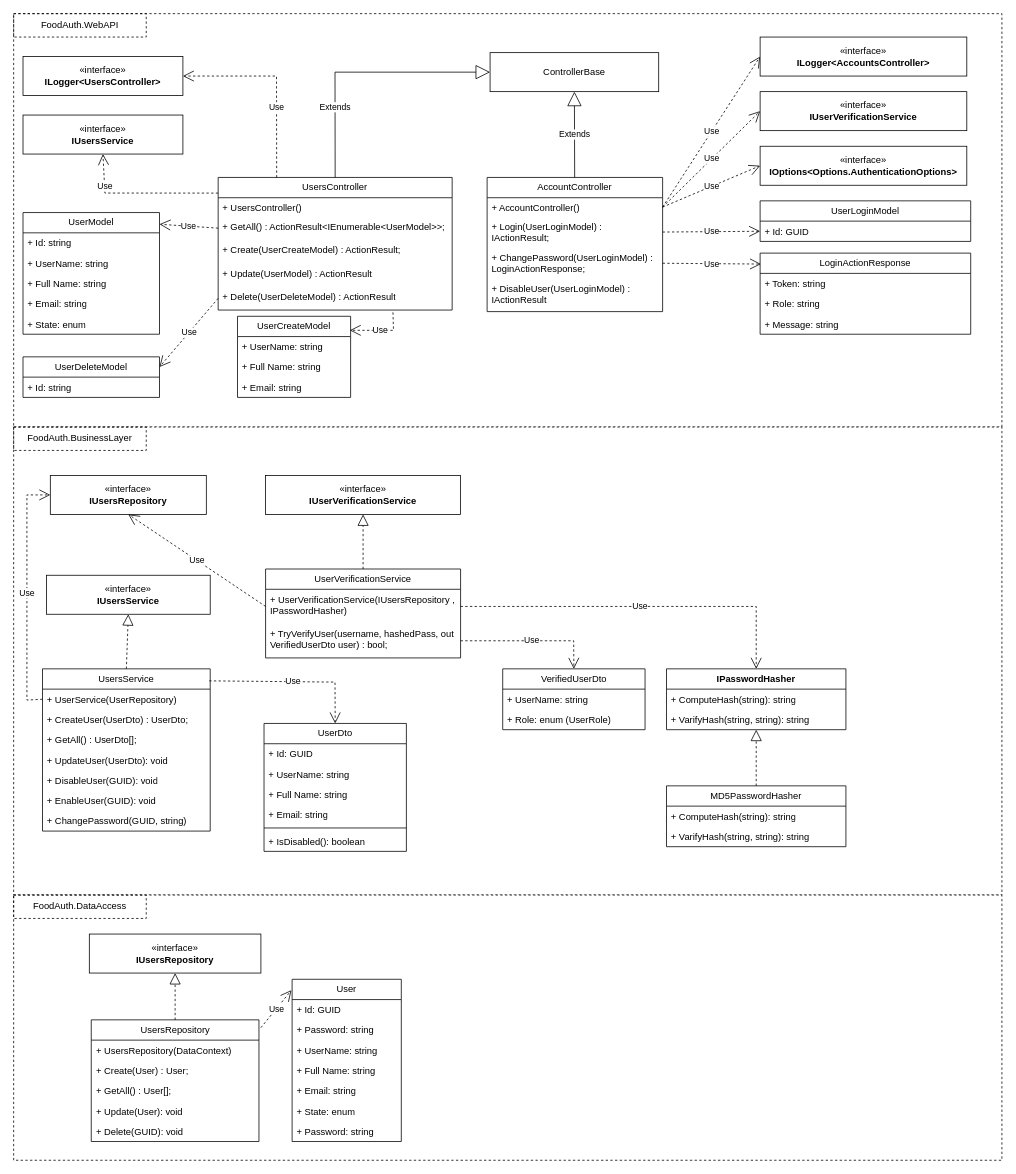
otusroom5/food-manager keeps this draw.io diagram as docs/diagrams/auth_classes.drawio. Above is the earlier version. Source tidied: cells renumbered, new cells numbered last; positions are measured from the earlier drawing's top-left corner, leaving out a move shared by most shapes. Both pictures are drawn from the tidied source at 78%, with x=0, y=0 at pixel (13, 13).
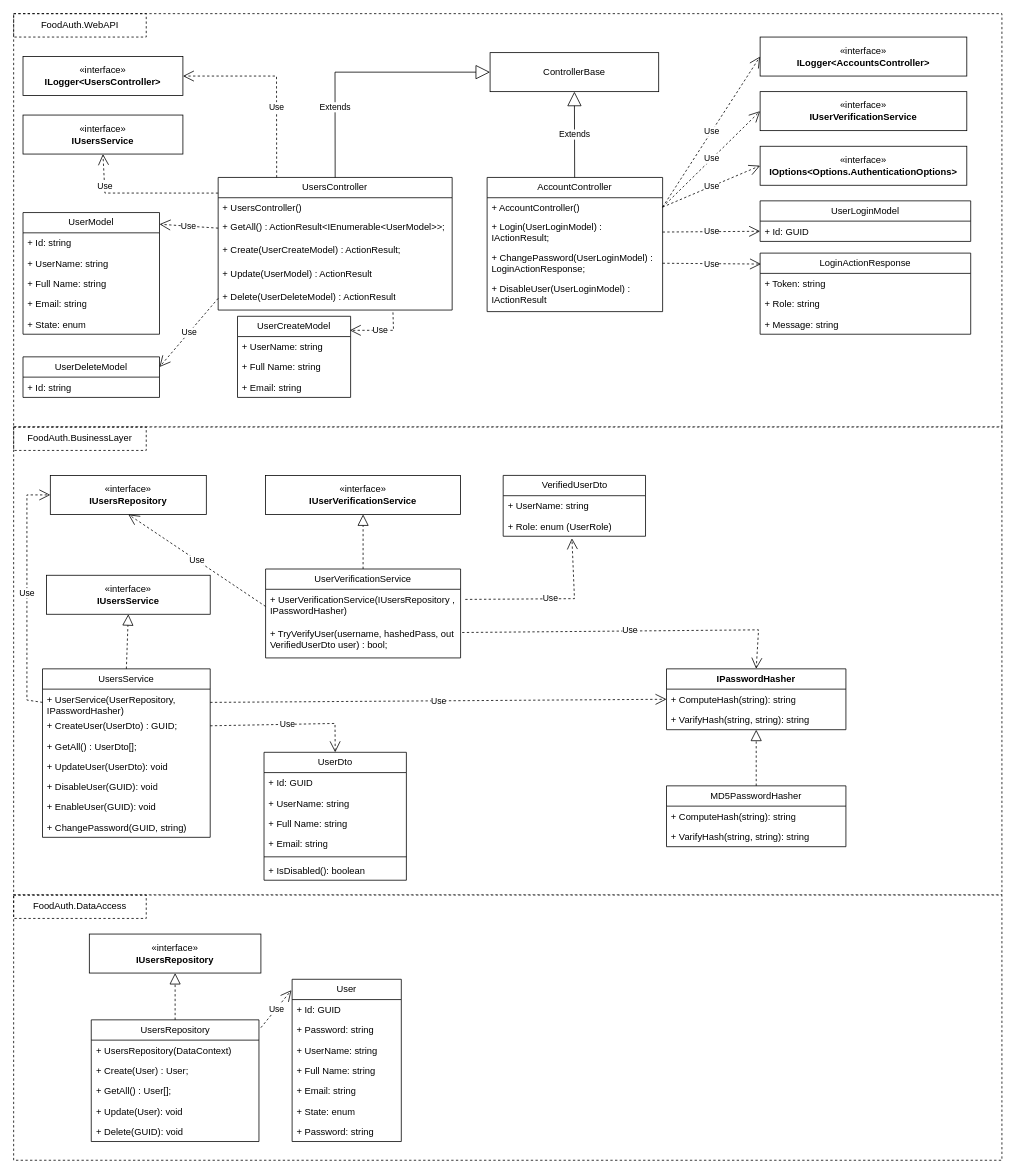
The same diagram, later.

Unchanged cells that the change refers to:
```xml
<mxCell id="49" value="+ UserVerificationService(IUsersRepository , IPasswordHasher)" style="text;strokeColor=none;fillColor=none;align=left;verticalAlign=top;spacingLeft=4;spacingRight=4;overflow=hidden;points=[[0,0.5],[1,0.5]];portConstraint=eastwest;whiteSpace=wrap;html=1;" parent="48" vertex="1">
  <mxGeometry y="26" width="250" height="44" as="geometry" />
</mxCell>
<mxCell id="50" value="+ TryVerifyUser(username, hashedPass, out VerifiedUserDto user) : bool;" style="text;strokeColor=none;fillColor=none;align=left;verticalAlign=top;spacingLeft=4;spacingRight=4;overflow=hidden;points=[[0,0.5],[1,0.5]];portConstraint=eastwest;whiteSpace=wrap;html=1;" parent="48" vertex="1">
  <mxGeometry y="70" width="250" height="44" as="geometry" />
</mxCell>
<mxCell id="51" value="&lt;b&gt;IPasswordHasher&lt;/b&gt;" style="swimlane;fontStyle=0;horizontal=1;startSize=26;fillColor=none;whiteSpace=wrap;html=1;" parent="1" vertex="1">
  <mxGeometry x="837" y="840" width="230" height="78" as="geometry" />
</mxCell>
<mxCell id="52" value="+ ComputeHash(string): string" style="text;strokeColor=none;fillColor=none;align=left;verticalAlign=top;spacingLeft=4;spacingRight=4;overflow=hidden;points=[[0,0.5],[1,0.5]];portConstraint=eastwest;whiteSpace=wrap;html=1;" parent="51" vertex="1">
  <mxGeometry y="26" width="230" height="26" as="geometry" />
</mxCell>
<mxCell id="61" value="+ Role: enum (UserRole)" style="text;strokeColor=none;fillColor=none;align=left;verticalAlign=top;spacingLeft=4;spacingRight=4;overflow=hidden;points=[[0,0.5],[1,0.5]];portConstraint=eastwest;whiteSpace=wrap;html=1;" parent="59" vertex="1">
  <mxGeometry y="52" width="182.5" height="26" as="geometry" />
</mxCell>
```

What changed in the source:
```diff
@@
     <mxCell id="5" value="UserDto" style="swimlane;fontStyle=0;horizontal=1;startSize=26;fillColor=none;whiteSpace=wrap;html=1;" parent="1" vertex="1">
-      <mxGeometry x="321" y="910" width="182.5" height="164" as="geometry" />
+      <mxGeometry x="321" y="947" width="182.5" height="164" as="geometry" />
     </mxCell>
@@
     <mxCell id="12" value="UsersService" style="swimlane;fontStyle=0;horizontal=1;startSize=26;fillColor=none;whiteSpace=wrap;html=1;" parent="1" vertex="1">
-      <mxGeometry x="37" y="840" width="215" height="208" as="geometry" />
+      <mxGeometry x="37" y="840" width="215" height="216" as="geometry" />
     </mxCell>
-    <mxCell id="13" value="&lt;div style=&quot;text-align: center;&quot;&gt;+&amp;nbsp;UserService(UserRepository)&lt;/div&gt;" style="text;strokeColor=none;fillColor=none;align=left;verticalAlign=top;spacingLeft=4;spacingRight=4;overflow=hidden;points=[[0,0.5],[1,0.5]];portConstraint=eastwest;whiteSpace=wrap;html=1;" parent="12" vertex="1">
-      <mxGeometry y="26" width="215" height="26" as="geometry" />
+    <mxCell id="13" value="&lt;div style=&quot;&quot;&gt;+&amp;nbsp;UserService(UserRepository, IPasswordHasher)&lt;/div&gt;" style="text;strokeColor=none;fillColor=none;align=left;verticalAlign=top;spacingLeft=4;spacingRight=4;overflow=hidden;points=[[0,0.5],[1,0.5]];portConstraint=eastwest;whiteSpace=wrap;html=1;" parent="12" vertex="1">
+      <mxGeometry y="26" width="215" height="34" as="geometry" />
     </mxCell>
-    <mxCell id="14" value="+ CreateUser(UserDto) : UserDto;" style="text;strokeColor=none;fillColor=none;align=left;verticalAlign=top;spacingLeft=4;spacingRight=4;overflow=hidden;points=[[0,0.5],[1,0.5]];portConstraint=eastwest;whiteSpace=wrap;html=1;" parent="12" vertex="1">
-      <mxGeometry y="52" width="215" height="26" as="geometry" />
+    <mxCell id="14" value="+ CreateUser(UserDto) : GUID;" style="text;strokeColor=none;fillColor=none;align=left;verticalAlign=top;spacingLeft=4;spacingRight=4;overflow=hidden;points=[[0,0.5],[1,0.5]];portConstraint=eastwest;whiteSpace=wrap;html=1;" parent="12" vertex="1">
+      <mxGeometry y="60" width="215" height="26" as="geometry" />
     </mxCell>
     <mxCell id="15" value="+ GetAll() : UserDto[];" style="text;strokeColor=none;fillColor=none;align=left;verticalAlign=top;spacingLeft=4;spacingRight=4;overflow=hidden;whiteSpace=wrap;html=1;" parent="12" vertex="1">
-      <mxGeometry y="78" width="215" height="26" as="geometry" />
+      <mxGeometry y="86" width="215" height="26" as="geometry" />
     </mxCell>
     <mxCell id="16" value="+ UpdateUser(UserDto): void" style="text;strokeColor=none;fillColor=none;align=left;verticalAlign=top;spacingLeft=4;spacingRight=4;overflow=hidden;whiteSpace=wrap;html=1;" parent="12" vertex="1">
-      <mxGeometry y="104" width="215" height="26" as="geometry" />
+      <mxGeometry y="112" width="215" height="26" as="geometry" />
     </mxCell>
     <mxCell id="17" value="+ DisableUser(GUID): void" style="text;strokeColor=none;fillColor=none;align=left;verticalAlign=top;spacingLeft=4;spacingRight=4;overflow=hidden;whiteSpace=wrap;html=1;" parent="12" vertex="1">
-      <mxGeometry y="130" width="215" height="26" as="geometry" />
+      <mxGeometry y="138" width="215" height="26" as="geometry" />
     </mxCell>
     <mxCell id="18" value="+ EnableUser(GUID): void" style="text;strokeColor=none;fillColor=none;align=left;verticalAlign=top;spacingLeft=4;spacingRight=4;overflow=hidden;whiteSpace=wrap;html=1;" parent="12" vertex="1">
-      <mxGeometry y="156" width="215" height="26" as="geometry" />
+      <mxGeometry y="164" width="215" height="26" as="geometry" />
     </mxCell>
     <mxCell id="19" value="+ ChangePassword(GUID, string)" style="text;strokeColor=none;fillColor=none;align=left;verticalAlign=top;spacingLeft=4;spacingRight=4;overflow=hidden;whiteSpace=wrap;html=1;" parent="12" vertex="1">
-      <mxGeometry y="182" width="215" height="26" as="geometry" />
+      <mxGeometry y="190" width="215" height="26" as="geometry" />
     </mxCell>
@@
-    <mxCell id="41" value="Use" style="endArrow=open;endSize=12;dashed=1;html=1;rounded=0;exitX=0.994;exitY=0.074;exitDx=0;exitDy=0;exitPerimeter=0;entryX=0.5;entryY=0;entryDx=0;entryDy=0;" parent="1" edge="1" source="12" target="5">
+    <mxCell id="41" value="Use" style="endArrow=open;endSize=12;dashed=1;html=1;rounded=0;exitX=1;exitY=0.5;exitDx=0;exitDy=0;entryX=0.5;entryY=0;entryDx=0;entryDy=0;" parent="1" edge="1" source="14" target="5">
       <mxGeometry relative="1" as="geometry">
         <Array as="points">
-          <mxPoint x="412" y="857" />
+          <mxPoint x="412" y="910" />
         </Array>
       </mxGeometry>
     </mxCell>
@@
     <mxCell id="59" value="VerifiedUserDto" style="swimlane;fontStyle=0;horizontal=1;startSize=26;fillColor=none;whiteSpace=wrap;html=1;" parent="1" vertex="1">
-      <mxGeometry x="627" y="840" width="182.5" height="78" as="geometry" />
+      <mxGeometry x="627.6" y="592" width="182.5" height="78" as="geometry" />
     </mxCell>
@@
-    <mxCell id="63" value="Use" style="endArrow=open;endSize=12;dashed=1;html=1;rounded=0;entryX=0.5;entryY=0;entryDx=0;entryDy=0;exitX=1;exitY=0.5;exitDx=0;exitDy=0;" parent="1" edge="1" source="50" target="59">
+    <mxCell id="63" value="Use" style="endArrow=open;endSize=12;dashed=1;html=1;rounded=0;entryX=0.483;entryY=1.1;entryDx=0;entryDy=0;exitX=1.024;exitY=0.295;exitDx=0;exitDy=0;exitPerimeter=0;entryPerimeter=0;" parent="1" edge="1" source="49" target="61">
       <mxGeometry relative="1" as="geometry">
         <Array as="points">
-          <mxPoint x="718" y="804" />
+          <mxPoint x="719" y="750" />
         </Array>
       </mxGeometry>
     </mxCell>
-    <mxCell id="64" value="Use" style="endArrow=open;endSize=12;dashed=1;html=1;rounded=0;entryX=0.5;entryY=0;entryDx=0;entryDy=0;exitX=1;exitY=0.5;exitDx=0;exitDy=0;" parent="1" edge="1" source="49" target="51">
+    <mxCell id="64" value="Use" style="endArrow=open;endSize=12;dashed=1;html=1;rounded=0;entryX=0.5;entryY=0;entryDx=0;entryDy=0;exitX=1.008;exitY=0.259;exitDx=0;exitDy=0;exitPerimeter=0;" parent="1" edge="1" source="50" target="51">
       <mxGeometry relative="1" as="geometry">
         <Array as="points">
-          <mxPoint x="952" y="760" />
+          <mxPoint x="955" y="790" />
         </Array>
       </mxGeometry>
     </mxCell>
@@
+    <mxCell id="110" value="Use" style="endArrow=open;endSize=12;dashed=1;html=1;rounded=0;exitX=1;exitY=0.5;exitDx=0;exitDy=0;entryX=0;entryY=0.5;entryDx=0;entryDy=0;" parent="1" edge="1" source="13" target="52">
+      <mxGeometry relative="1" as="geometry" />
+    </mxCell>
```
